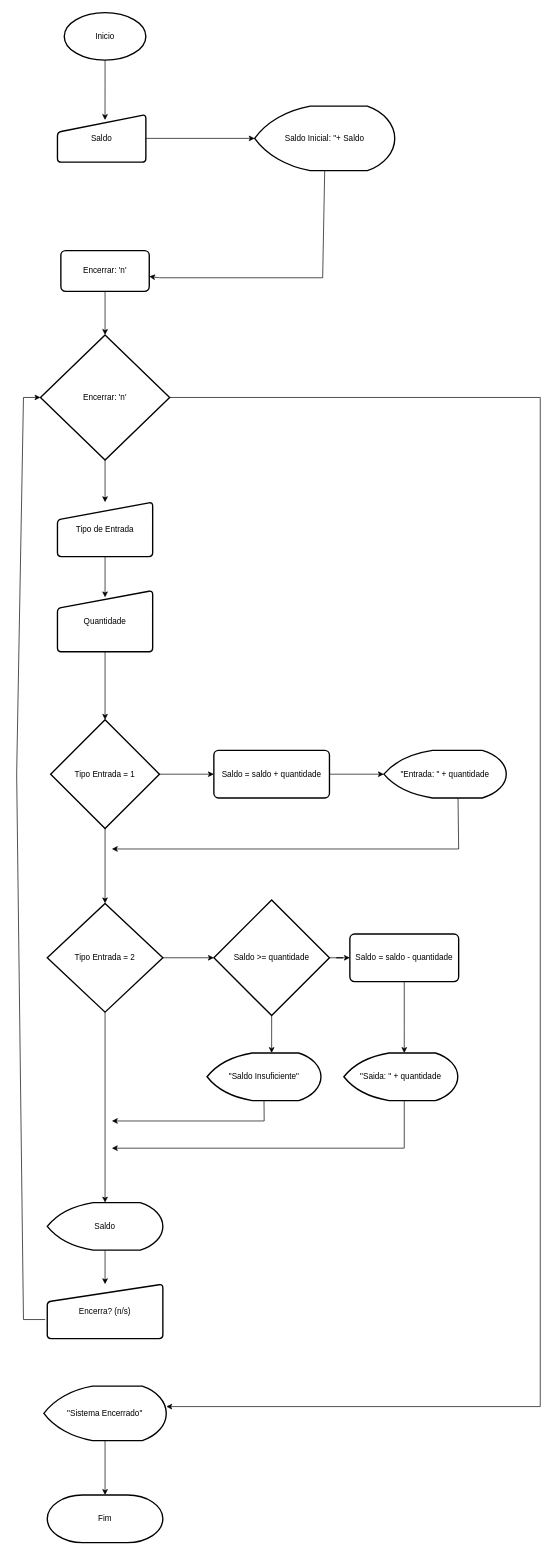
Earlier version of the draw.io diagram Diagrama sem nome.drawio (JOELCALIBRE50/JP). Source tidied: cells renumbered, new cells numbered last; positions are measured from the earlier drawing's top-left corner, leaving out a move shared by most shapes. Both pictures are drawn from the tidied source at 68%, with x=0, y=0 at pixel (16, 12).
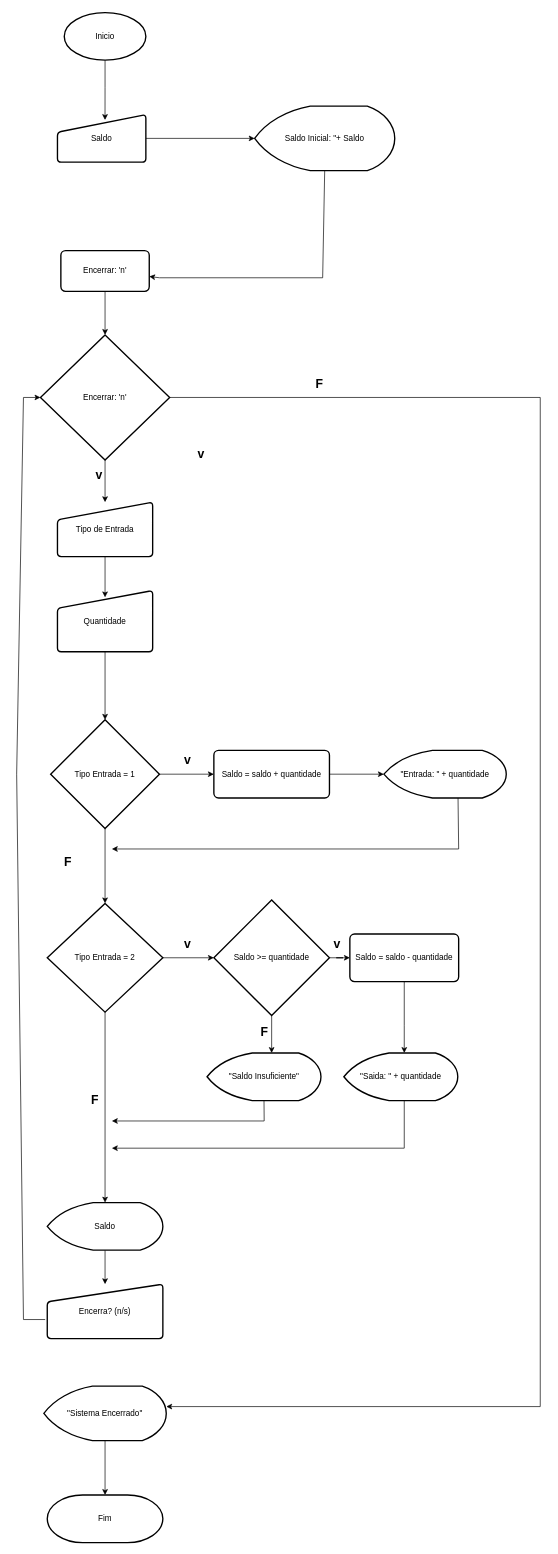
After the change.

The change refers to these unchanged cells:
```xml
<mxCell id="24" style="edgeStyle=orthogonalEdgeStyle;rounded=0;jettySize=auto;html=1;exitX=0.5;exitY=1;exitDx=0;exitDy=0;exitPerimeter=0;" parent="1" edge="1" source="25" target="35">
  <mxGeometry relative="1" as="geometry" />
</mxCell>
```

The edit, as a diff of the source:
```diff
@@
+    <mxCell id="43" value="&lt;font style=&quot;font-size: 10px;&quot;&gt;&lt;font style=&quot;font-size: 11px;&quot;&gt;&lt;font style=&quot;font-size: 12px;&quot;&gt;&lt;font style=&quot;font-size: 13px;&quot;&gt;&lt;font style=&quot;font-size: 14px;&quot;&gt;&lt;font style=&quot;font-size: 15px;&quot;&gt;&lt;font style=&quot;font-size: 16px;&quot;&gt;&lt;font style=&quot;font-size: 17px;&quot;&gt;&lt;font style=&quot;font-size: 18px;&quot;&gt;&lt;b&gt;v&lt;/b&gt;&lt;/font&gt;&lt;/font&gt;&lt;/font&gt;&lt;/font&gt;&lt;/font&gt;&lt;/font&gt;&lt;/font&gt;&lt;/font&gt;&lt;/font&gt;" style="edgeLabel;html=1;align=center;verticalAlign=middle;" parent="24" vertex="1">
+      <mxGeometry x="-0.39" y="2" relative="1" as="geometry">
+        <mxPoint x="138" y="-906" as="offset" />
+      </mxGeometry>
+    </mxCell>
+    <mxCell id="44" value="&lt;font style=&quot;font-size: 10px;&quot;&gt;&lt;font style=&quot;font-size: 11px;&quot;&gt;&lt;font style=&quot;font-size: 12px;&quot;&gt;&lt;font style=&quot;font-size: 13px;&quot;&gt;&lt;font style=&quot;font-size: 14px;&quot;&gt;&lt;font style=&quot;font-size: 15px;&quot;&gt;&lt;font style=&quot;font-size: 16px;&quot;&gt;&lt;font style=&quot;font-size: 17px;&quot;&gt;&lt;font style=&quot;font-size: 18px;&quot;&gt;&lt;b&gt;v&lt;/b&gt;&lt;/font&gt;&lt;/font&gt;&lt;/font&gt;&lt;/font&gt;&lt;/font&gt;&lt;/font&gt;&lt;/font&gt;&lt;/font&gt;&lt;/font&gt;" style="edgeLabel;html=1;align=center;verticalAlign=middle;" parent="24" vertex="1">
+      <mxGeometry x="-0.39" y="2" relative="1" as="geometry">
+        <mxPoint x="-12" y="-876" as="offset" />
+      </mxGeometry>
+    </mxCell>
+    <mxCell id="45" value="&lt;font style=&quot;font-size: 10px;&quot;&gt;&lt;font style=&quot;font-size: 11px;&quot;&gt;&lt;font style=&quot;font-size: 12px;&quot;&gt;&lt;font style=&quot;font-size: 13px;&quot;&gt;&lt;font style=&quot;font-size: 14px;&quot;&gt;&lt;font style=&quot;font-size: 15px;&quot;&gt;&lt;font style=&quot;font-size: 16px;&quot;&gt;&lt;font style=&quot;font-size: 17px;&quot;&gt;&lt;font style=&quot;font-size: 18px;&quot;&gt;&lt;b&gt;v&lt;/b&gt;&lt;/font&gt;&lt;/font&gt;&lt;/font&gt;&lt;/font&gt;&lt;/font&gt;&lt;/font&gt;&lt;/font&gt;&lt;/font&gt;&lt;/font&gt;" style="edgeLabel;html=1;align=center;verticalAlign=middle;" parent="24" vertex="1">
+      <mxGeometry x="-0.39" y="2" relative="1" as="geometry">
+        <mxPoint x="338" y="-186" as="offset" />
+      </mxGeometry>
+    </mxCell>
+    <mxCell id="46" value="&lt;font style=&quot;font-size: 10px;&quot;&gt;&lt;font style=&quot;font-size: 11px;&quot;&gt;&lt;font style=&quot;font-size: 12px;&quot;&gt;&lt;font style=&quot;font-size: 13px;&quot;&gt;&lt;font style=&quot;font-size: 14px;&quot;&gt;&lt;font style=&quot;font-size: 15px;&quot;&gt;&lt;font style=&quot;font-size: 16px;&quot;&gt;&lt;font style=&quot;font-size: 17px;&quot;&gt;&lt;font style=&quot;font-size: 18px;&quot;&gt;&lt;b&gt;v&lt;/b&gt;&lt;/font&gt;&lt;/font&gt;&lt;/font&gt;&lt;/font&gt;&lt;/font&gt;&lt;/font&gt;&lt;/font&gt;&lt;/font&gt;&lt;/font&gt;" style="edgeLabel;html=1;align=center;verticalAlign=middle;" parent="24" vertex="1">
+      <mxGeometry x="-0.39" y="2" relative="1" as="geometry">
+        <mxPoint x="118" y="-456" as="offset" />
+      </mxGeometry>
+    </mxCell>
+    <mxCell id="47" value="&lt;font style=&quot;font-size: 10px;&quot;&gt;&lt;font style=&quot;font-size: 11px;&quot;&gt;&lt;font style=&quot;font-size: 12px;&quot;&gt;&lt;font style=&quot;font-size: 13px;&quot;&gt;&lt;font style=&quot;font-size: 14px;&quot;&gt;&lt;font style=&quot;font-size: 15px;&quot;&gt;&lt;font style=&quot;font-size: 16px;&quot;&gt;&lt;font style=&quot;font-size: 17px;&quot;&gt;&lt;font style=&quot;font-size: 18px;&quot;&gt;&lt;b&gt;v&lt;/b&gt;&lt;/font&gt;&lt;/font&gt;&lt;/font&gt;&lt;/font&gt;&lt;/font&gt;&lt;/font&gt;&lt;/font&gt;&lt;/font&gt;&lt;/font&gt;" style="edgeLabel;html=1;align=center;verticalAlign=middle;" parent="24" vertex="1">
+      <mxGeometry x="-0.39" y="2" relative="1" as="geometry">
+        <mxPoint x="118" y="-186" as="offset" />
+      </mxGeometry>
+    </mxCell>
@@
+    <mxCell id="48" value="&lt;font style=&quot;font-size: 13px;&quot;&gt;&lt;b&gt;&lt;font style=&quot;font-size: 14px;&quot;&gt;&lt;font style=&quot;font-size: 15px;&quot;&gt;&lt;font style=&quot;font-size: 16px;&quot;&gt;&lt;font style=&quot;font-size: 17px;&quot;&gt;&lt;font style=&quot;font-size: 18px;&quot;&gt;F&lt;/font&gt;&lt;/font&gt;&lt;/font&gt;&lt;/font&gt;&lt;/font&gt;&lt;/b&gt;&lt;/font&gt;" style="text;html=1;align=center;verticalAlign=middle;strokeColor=none;fillColor=none;" parent="1" vertex="1">
+      <mxGeometry x="430" y="526" width="30" height="40" as="geometry" />
+    </mxCell>
+    <mxCell id="49" value="&lt;font style=&quot;font-size: 13px;&quot;&gt;&lt;b&gt;&lt;font style=&quot;font-size: 14px;&quot;&gt;&lt;font style=&quot;font-size: 15px;&quot;&gt;&lt;font style=&quot;font-size: 16px;&quot;&gt;&lt;font style=&quot;font-size: 17px;&quot;&gt;&lt;font style=&quot;font-size: 18px;&quot;&gt;F&lt;/font&gt;&lt;/font&gt;&lt;/font&gt;&lt;/font&gt;&lt;/font&gt;&lt;/b&gt;&lt;/font&gt;" style="text;html=1;align=center;verticalAlign=middle;strokeColor=none;fillColor=none;" parent="1" vertex="1">
+      <mxGeometry x="60" y="1230" width="30" height="40" as="geometry" />
+    </mxCell>
+    <mxCell id="50" value="&lt;font style=&quot;font-size: 13px;&quot;&gt;&lt;b&gt;&lt;font style=&quot;font-size: 14px;&quot;&gt;&lt;font style=&quot;font-size: 15px;&quot;&gt;&lt;font style=&quot;font-size: 16px;&quot;&gt;&lt;font style=&quot;font-size: 17px;&quot;&gt;&lt;font style=&quot;font-size: 18px;&quot;&gt;F&lt;/font&gt;&lt;/font&gt;&lt;/font&gt;&lt;/font&gt;&lt;/font&gt;&lt;/b&gt;&lt;/font&gt;" style="text;html=1;align=center;verticalAlign=middle;strokeColor=none;fillColor=none;" parent="1" vertex="1">
+      <mxGeometry x="348.8" y="1480" width="30" height="40" as="geometry" />
+    </mxCell>
+    <mxCell id="51" value="&lt;font style=&quot;font-size: 13px;&quot;&gt;&lt;b&gt;&lt;font style=&quot;font-size: 14px;&quot;&gt;&lt;font style=&quot;font-size: 15px;&quot;&gt;&lt;font style=&quot;font-size: 16px;&quot;&gt;&lt;font style=&quot;font-size: 17px;&quot;&gt;&lt;font style=&quot;font-size: 18px;&quot;&gt;F&lt;/font&gt;&lt;/font&gt;&lt;/font&gt;&lt;/font&gt;&lt;/font&gt;&lt;/b&gt;&lt;/font&gt;" style="text;html=1;align=center;verticalAlign=middle;strokeColor=none;fillColor=none;" parent="1" vertex="1">
+      <mxGeometry x="100" y="1580" width="30" height="40" as="geometry" />
+    </mxCell>
```
